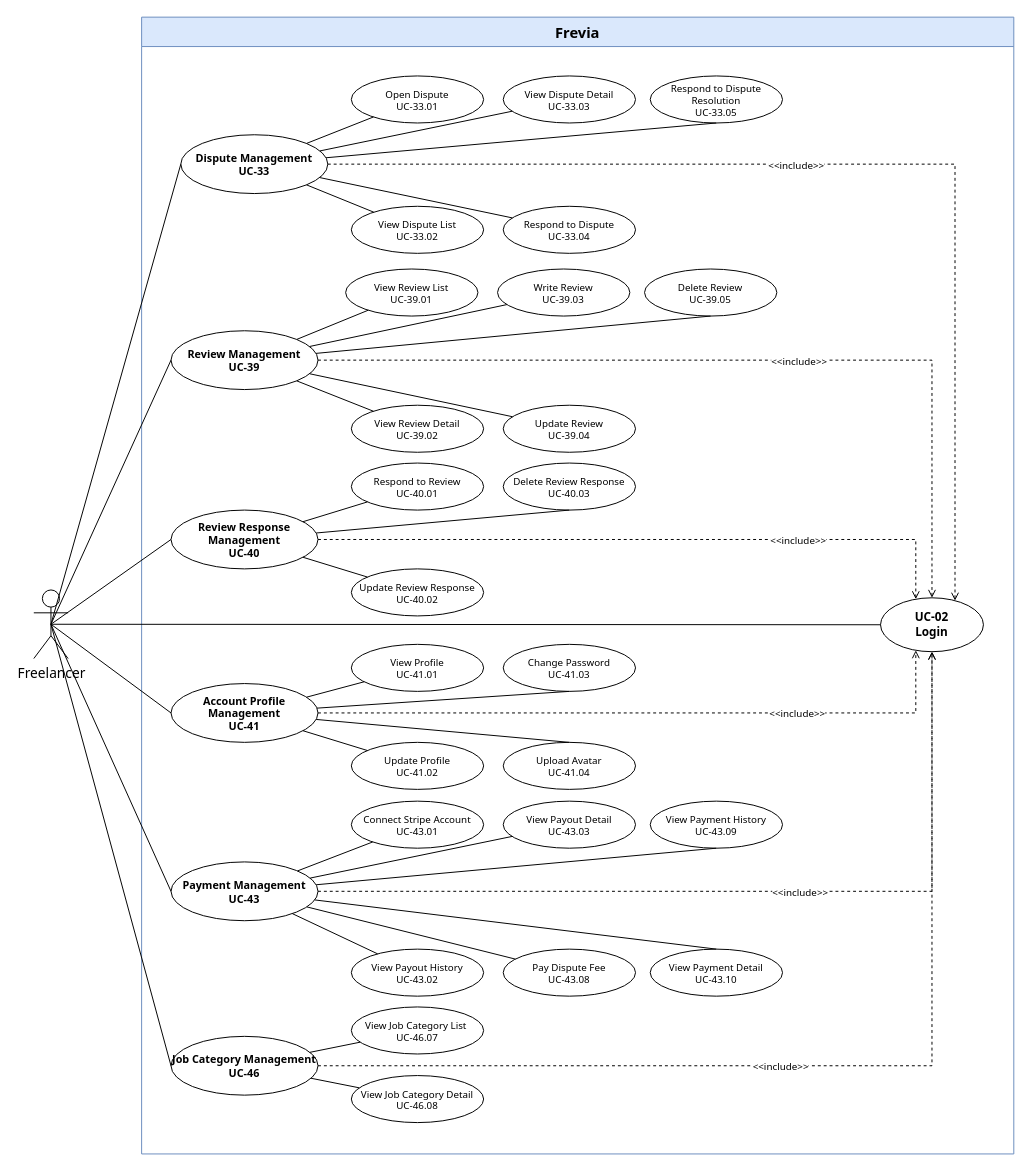
This is page "Freelancer 7/7" (7 of 7) of uc-diagrams/Freelancer.drawio from Thunggg/Frevia, a draw.io file, before an edit. Source tidied: cells renumbered, new cells numbered last; positions are measured from the earlier drawing's top-left corner, leaving out a move shared by most shapes. Both pictures are drawn from the tidied source at 98%, with x=0, y=0 at pixel (33, 17).
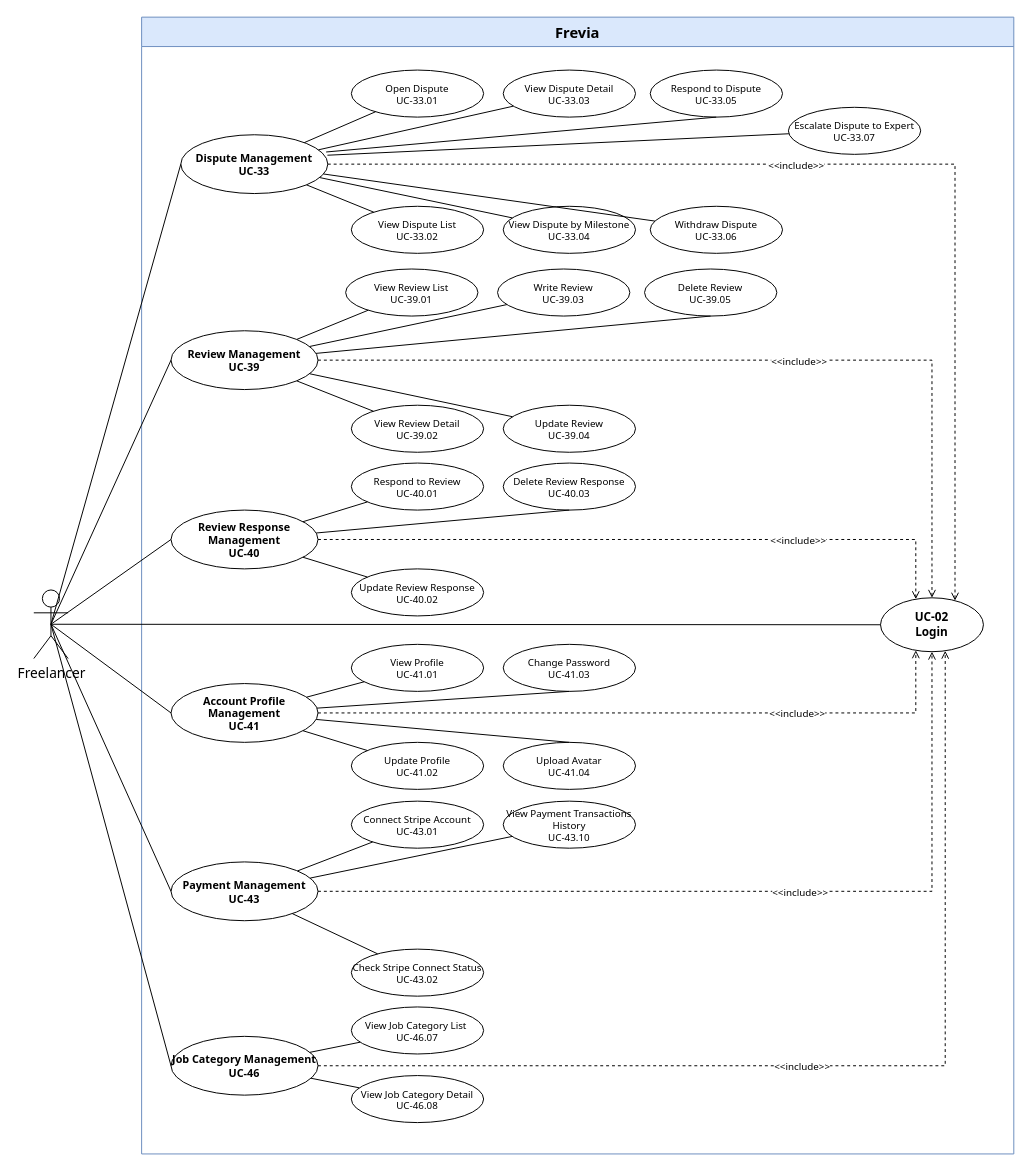
The same diagram, later.

The change refers to these unchanged cells:
```xml
<mxCell id="2" value="Frevia" style="swimlane;whiteSpace=wrap;html=1;startSize=30;fontSize=15;fontFamily=Tahoma;fontStyle=1;fillColor=#dae8fc;strokeColor=#6c8ebf;" parent="1" vertex="1">
  <mxGeometry x="110" width="890" height="1160" as="geometry" />
</mxCell>
<mxCell id="3" value="UC-02&#10;Login" style="ellipse;whiteSpace=wrap;html=1;fontSize=12;fontFamily=Tahoma;fontStyle=1;fillColor=#ffffff;strokeColor=#000000;" parent="2" vertex="1">
  <mxGeometry x="754" y="592.5" width="105" height="55" as="geometry" />
</mxCell>
<mxCell id="4" value="Dispute Management&#10;UC-33" style="ellipse;whiteSpace=wrap;html=1;fontSize=11;fontFamily=Tahoma;fontStyle=1;fillColor=#ffffff;strokeColor=#000000;" parent="2" vertex="1">
  <mxGeometry x="40" y="120" width="150" height="60" as="geometry" />
</mxCell>
<mxCell id="42" value="Payment Management&#10;UC-43" style="ellipse;whiteSpace=wrap;html=1;fontSize=11;fontFamily=Tahoma;fontStyle=1;fillColor=#ffffff;strokeColor=#000000;" parent="2" vertex="1">
  <mxGeometry x="30" y="862" width="150" height="60" as="geometry" />
</mxCell>
<mxCell id="57" value="Job Category Management&#10;UC-46" style="ellipse;whiteSpace=wrap;html=1;fontSize=11;fontFamily=Tahoma;fontStyle=1;fillColor=#ffffff;strokeColor=#000000;" parent="2" vertex="1">
  <mxGeometry x="30" y="1040" width="150" height="60" as="geometry" />
</mxCell>
```

Change to the diagram source:
```diff
@@
     <mxCell id="5" value="Open Dispute&#10;UC-33.01" style="ellipse;whiteSpace=wrap;html=1;fontSize=10;fontFamily=Tahoma;fillColor=#ffffff;strokeColor=#000000;" parent="2" vertex="1">
-      <mxGeometry x="214" y="60" width="135" height="48" as="geometry" />
+      <mxGeometry x="214" y="54" width="135" height="48" as="geometry" />
     </mxCell>
@@
     <mxCell id="7" value="View Dispute Detail&#10;UC-33.03" style="ellipse;whiteSpace=wrap;html=1;fontSize=10;fontFamily=Tahoma;fillColor=#ffffff;strokeColor=#000000;" parent="2" vertex="1">
-      <mxGeometry x="369" y="60" width="135" height="48" as="geometry" />
+      <mxGeometry x="369" y="54" width="135" height="48" as="geometry" />
     </mxCell>
-    <mxCell id="8" value="Respond to Dispute&#10;UC-33.04" style="ellipse;whiteSpace=wrap;html=1;fontSize=10;fontFamily=Tahoma;fillColor=#ffffff;strokeColor=#000000;" parent="2" vertex="1">
+    <mxCell id="8" value="View Dispute by Milestone&#10;UC-33.04" style="ellipse;whiteSpace=wrap;html=1;fontSize=10;fontFamily=Tahoma;fillColor=#ffffff;strokeColor=#000000;" parent="2" vertex="1">
       <mxGeometry x="369" y="193" width="135" height="48" as="geometry" />
     </mxCell>
-    <mxCell id="9" value="Respond to Dispute Resolution&#10;UC-33.05" style="ellipse;whiteSpace=wrap;html=1;fontSize=10;fontFamily=Tahoma;fillColor=#ffffff;strokeColor=#000000;" parent="2" vertex="1">
-      <mxGeometry x="519" y="60" width="135" height="48" as="geometry" />
+    <mxCell id="9" value="Respond to Dispute&#10;UC-33.05" style="ellipse;whiteSpace=wrap;html=1;fontSize=10;fontFamily=Tahoma;fillColor=#ffffff;strokeColor=#000000;" parent="2" vertex="1">
+      <mxGeometry x="519" y="54" width="135" height="48" as="geometry" />
     </mxCell>
@@
-    <mxCell id="14" style="endArrow=none;html=1;rounded=0;fontFamily=Tahoma;fontSize=13;entryX=0.5;entryY=1;entryDx=0;entryDy=0;" parent="2" edge="1" source="4" target="9">
-      <mxGeometry relative="1" as="geometry" />
+    <mxCell id="14" style="endArrow=none;html=1;rounded=0;fontFamily=Tahoma;fontSize=13;entryX=0.5;entryY=1;entryDx=0;entryDy=0;" parent="2" edge="1" target="9">
+      <mxGeometry relative="1" as="geometry">
+        <mxPoint x="188.3" y="137.6" as="sourcePoint" />
+      </mxGeometry>
     </mxCell>
@@
-    <mxCell id="44" value="View Payout History&#10;UC-43.02" style="ellipse;whiteSpace=wrap;html=1;fontSize=10;fontFamily=Tahoma;fillColor=#ffffff;strokeColor=#000000;" parent="2" vertex="1">
+    <mxCell id="44" value="Check Stripe Connect Status&#10;UC-43.02" style="ellipse;whiteSpace=wrap;html=1;fontSize=10;fontFamily=Tahoma;fillColor=#ffffff;strokeColor=#000000;" parent="2" vertex="1">
       <mxGeometry x="214" y="951" width="135" height="48" as="geometry" />
     </mxCell>
-    <mxCell id="45" value="View Payout Detail&#10;UC-43.03" style="ellipse;whiteSpace=wrap;html=1;fontSize=10;fontFamily=Tahoma;fillColor=#ffffff;strokeColor=#000000;" parent="2" vertex="1">
+    <mxCell id="45" value="View Payment Transactions History&#10;UC-43.10" style="ellipse;whiteSpace=wrap;html=1;fontSize=10;fontFamily=Tahoma;fillColor=#ffffff;strokeColor=#000000;" parent="2" vertex="1">
       <mxGeometry x="369" y="800" width="135" height="48" as="geometry" />
     </mxCell>
-    <mxCell id="46" value="Pay Dispute Fee&#10;UC-43.08" style="ellipse;whiteSpace=wrap;html=1;fontSize=10;fontFamily=Tahoma;fillColor=#ffffff;strokeColor=#000000;" parent="2" vertex="1">
-      <mxGeometry x="369" y="951" width="135" height="48" as="geometry" />
-    </mxCell>
-    <mxCell id="47" value="View Payment History&#10;UC-43.09" style="ellipse;whiteSpace=wrap;html=1;fontSize=10;fontFamily=Tahoma;fillColor=#ffffff;strokeColor=#000000;" parent="2" vertex="1">
-      <mxGeometry x="519" y="800" width="135" height="48" as="geometry" />
-    </mxCell>
-    <mxCell id="48" value="View Payment Detail&#10;UC-43.10" style="ellipse;whiteSpace=wrap;html=1;fontSize=10;fontFamily=Tahoma;fillColor=#ffffff;strokeColor=#000000;" parent="2" vertex="1">
-      <mxGeometry x="519" y="951" width="135" height="48" as="geometry" />
-    </mxCell>
@@
-    <mxCell id="52" style="endArrow=none;html=1;rounded=0;fontFamily=Tahoma;fontSize=13;" parent="2" edge="1" source="42" target="46">
-      <mxGeometry relative="1" as="geometry" />
-    </mxCell>
-    <mxCell id="53" style="endArrow=none;html=1;rounded=0;fontFamily=Tahoma;fontSize=13;entryX=0.5;entryY=1;entryDx=0;entryDy=0;" parent="2" edge="1" source="42" target="47">
-      <mxGeometry relative="1" as="geometry" />
-    </mxCell>
-    <mxCell id="54" style="endArrow=none;html=1;rounded=0;fontFamily=Tahoma;fontSize=13;entryX=0.5;entryY=0;entryDx=0;entryDy=0;" parent="2" edge="1" source="42" target="48">
-      <mxGeometry relative="1" as="geometry" />
-    </mxCell>
@@
     <mxCell id="56" value="&amp;lt;&amp;lt;include&amp;gt;&amp;gt;" style="edgeStyle=orthogonalEdgeStyle;rounded=0;endArrow=open;dashed=1;html=1;strokeColor=#000000;fontSize=10;fontFamily=Tahoma;labelBackgroundColor=#ffffff;align=center;verticalAlign=middle;" parent="2" edge="1" source="57" target="3">
-      <mxGeometry x="-0.1" relative="1" as="geometry" />
+      <mxGeometry x="-0.07" relative="1" as="geometry">
+        <Array as="points">
+          <mxPoint x="820" y="1070" />
+        </Array>
+      </mxGeometry>
     </mxCell>
@@
+    <mxCell id="74" value="Withdraw Dispute&#10;UC-33.06" style="ellipse;whiteSpace=wrap;html=1;fontSize=10;fontFamily=Tahoma;fillColor=#ffffff;strokeColor=#000000;" parent="2" vertex="1">
+      <mxGeometry x="519" y="193" width="135" height="48" as="geometry" />
+    </mxCell>
+    <mxCell id="75" value="Escalate Dispute to Expert&#10;UC-33.07" style="ellipse;whiteSpace=wrap;html=1;fontSize=10;fontFamily=Tahoma;fillColor=#ffffff;strokeColor=#000000;" parent="2" vertex="1">
+      <mxGeometry x="660" y="92" width="135" height="48" as="geometry" />
+    </mxCell>
@@
+    <mxCell id="76" style="endArrow=none;html=1;rounded=0;fontFamily=Tahoma;fontSize=13;" parent="1" edge="1" source="4" target="74">
+      <mxGeometry relative="1" as="geometry" />
+    </mxCell>
+    <mxCell id="77" style="endArrow=none;html=1;rounded=0;fontFamily=Tahoma;fontSize=13;" parent="1" edge="1" target="75">
+      <mxGeometry relative="1" as="geometry">
+        <mxPoint x="299.6" y="140.9" as="sourcePoint" />
+      </mxGeometry>
+    </mxCell>
```
